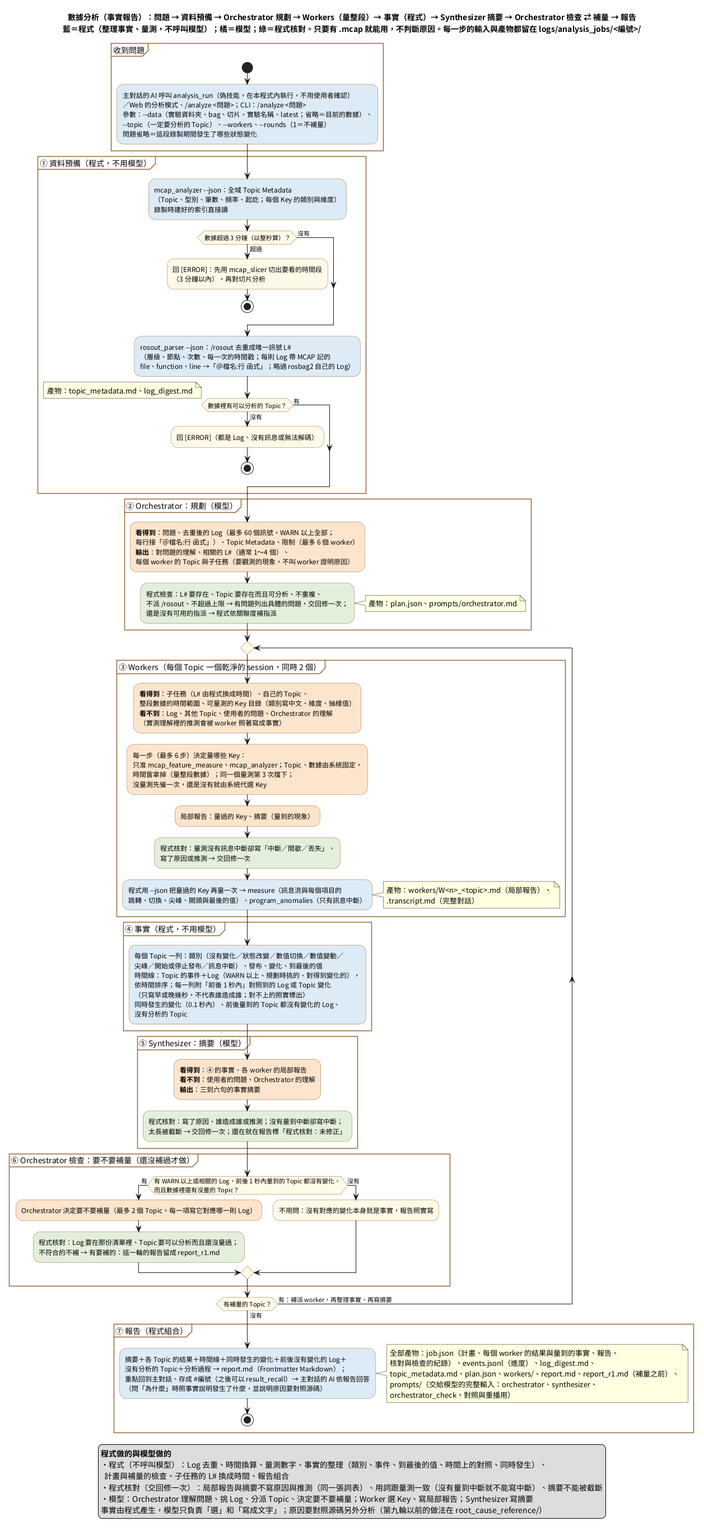
Earlier version of the PlantUML export doc/images/數據診斷的流程.png (DavidZox/Coding_agnet).
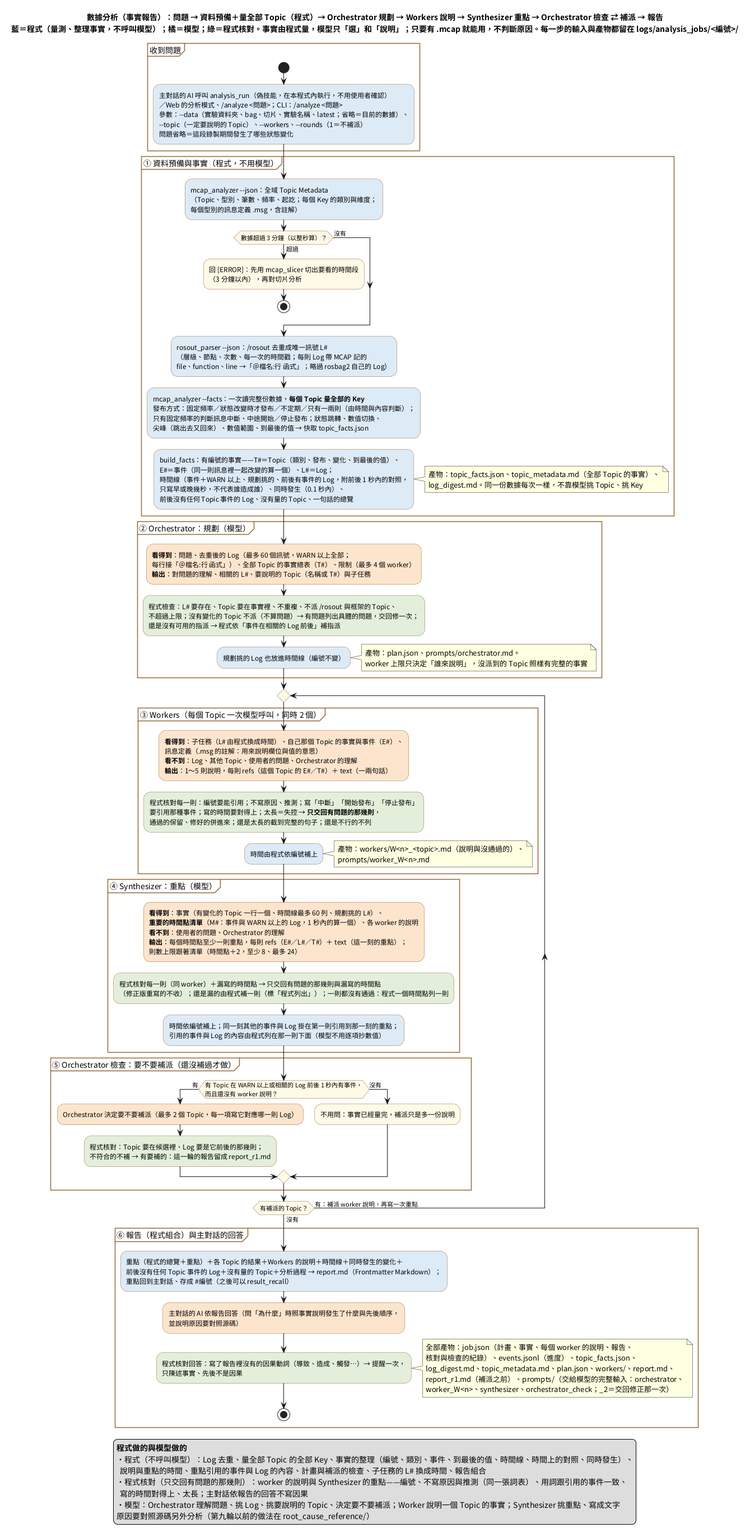
Later version of the same file.

Change to the diagram source:
```diff
@@ -6,21 +6,21 @@
 skinparam NoteBackgroundColor #FFFFE0
 skinparam PartitionBorderColor #996633
 
-title 數據分析（事實報告）：問題 → 資料預備 → Orchestrator 規劃 → Workers（量整段）→ 事實（程式）→ Synthesizer 摘要 → Orchestrator 檢查 ⇄ 補量 → 報告\n藍＝程式（整理事實、量測，不呼叫模型）；橘＝模型；綠＝程式核對。只要有 .mcap 就能用，不判斷原因。每一步的輸入與產物都留在 logs/analysis_jobs/<編號>/
+title 數據分析（事實報告）：問題 → 資料預備＋量全部 Topic（程式）→ Orchestrator 規劃 → Workers 說明 → Synthesizer 重點 → Orchestrator 檢查 ⇄ 補派 → 報告\n藍＝程式（量測、整理事實，不呼叫模型）；橘＝模型；綠＝程式核對。事實由程式量，模型只「選」和「說明」；只要有 .mcap 就能用，不判斷原因。每一步的輸入與產物都留在 logs/analysis_jobs/<編號>/
 
 partition "收到問題" {
 start
 :主對話的 AI 呼叫 analysis_run（偽技能，在本程式內執行，不用使用者確認）
 ／Web 的分析模式、/analyze <問題>；CLI：/analyze <問題>
 參數：~--data（實驗資料夾、bag、切片、實驗名稱、latest；省略＝目前的數據）、
-~--topic（一定要分析的 Topic）、~--workers、~--rounds（1＝不補量）
+~--topic（一定要說明的 Topic）、~--workers、~--rounds（1＝不補派）
 問題省略＝這段錄製期間發生了哪些狀態變化; <<#DDEBF7>>
 }
 
-partition "① 資料預備（程式，不用模型）" {
+partition "① 資料預備與事實（程式，不用模型）" {
 :mcap_analyzer ~--json：全域 Topic Metadata
-（Topic、型別、筆數、頻率、起訖；每個 Key 的類別與維度）
-錄製時建好的索引直接讀; <<#DDEBF7>>
+（Topic、型別、筆數、頻率、起訖；每個 Key 的類別與維度；
+每個型別的訊息定義 .msg，含註解）; <<#DDEBF7>>
 if (數據超過 3 分鐘（以整秒算）？) then (超過)
   :回 [ERROR]：先用 mcap_slicer 切出要看的時間段
   （3 分鐘以內），再對切片分析;
@@ -30,101 +30,100 @@
 :rosout_parser ~--json：/rosout 去重成唯一訊號 L#
 （層級、節點、次數、每一次的時間戳；每則 Log 帶 MCAP 記的
 file、function、line →「＠檔名:行 函式」；略過 rosbag2 自己的 Log）; <<#DDEBF7>>
-if (數據裡有可以分析的 Topic？) then (沒有)
-  :回 [ERROR]（都是 Log、沒有訊息或無法解碼）;
-  stop
-else (有)
-endif
+:mcap_analyzer ~--facts：一次讀完整份數據，**每個 Topic 量全部的 Key**
+發布方式：固定頻率／狀態改變時才發布／不定期／只有一兩則（由時間與內容判斷）；
+只有固定頻率的判斷訊息中斷、中途開始／停止發布；狀態跳轉、數值切換、
+尖峰（跳出去又回來）、數值範圍、到最後的值 → 快取 topic_facts.json; <<#DDEBF7>>
+:build_facts：有編號的事實——T#＝Topic（類別、發布、變化、到最後的值）、
+E#＝事件（同一則訊息裡一起改變的算一個）、L#＝Log；
+時間線（事件＋WARN 以上、規劃挑的、前後有事件的 Log，附前後 1 秒內的對照，
+只寫早或晚幾秒，不代表誰造成誰）、同時發生（0.1 秒內）、
+前後沒有任何 Topic 事件的 Log、沒有量的 Topic、一句話的總覽; <<#DDEBF7>>
 note right
-  產物：topic_metadata.md、log_digest.md
+  產物：topic_facts.json、topic_metadata.md（全部 Topic 的事實）、
+  log_digest.md。同一份數據每次一樣，不靠模型挑 Topic、挑 Key
 end note
 }
 
 partition "② Orchestrator：規劃（模型）" {
 :**看得到**：問題、去重後的 Log（最多 60 個訊號，WARN 以上全部；
-每行接「＠檔名:行 函式」）、Topic Metadata、限制（最多 6 個 worker）
-**輸出**：對問題的理解、相關的 L#（通常 1～4 個）、
-每個 worker 的 Topic 與子任務（要觀測的現象，不叫 worker 證明原因）; <<#FCE5CD>>
-:程式檢查：L# 要存在、Topic 要存在而且可分析、不重複、
-不派 /rosout、不超過上限 → 有問題列出具體的問題，交回修一次；
-還是沒有可用的指派 → 程式依關聯度補指派; <<#E2EFDA>>
+每行接「＠檔名:行 函式」）、全部 Topic 的事實總表（T#）、限制（最多 4 個 worker）
+**輸出**：對問題的理解、相關的 L#、要說明的 Topic（名稱或 T#）與子任務; <<#FCE5CD>>
+:程式檢查：L# 要存在、Topic 要在事實裡、不重複、不派 /rosout 與框架的 Topic、
+不超過上限；沒有變化的 Topic 不派（不算問題）→ 有問題列出具體的問題，交回修一次；
+還是沒有可用的指派 → 程式依「事件在相關的 Log 前後」補指派; <<#E2EFDA>>
+:規劃挑的 Log 也放進時間線（編號不變）; <<#DDEBF7>>
 note right
-  產物：plan.json、prompts/orchestrator.md
+  產物：plan.json、prompts/orchestrator.md。
+  worker 上限只決定「誰來說明」，沒派到的 Topic 照樣有完整的事實
 end note
 }
 
 repeat
-partition "③ Workers（每個 Topic 一個乾淨的 session，同時 2 個）" {
-:**看得到**：子任務（L# 由程式換成時間）、自己的 Topic、
-整段數據的時間範圍、可量測的 Key 目錄（類別寫中文、維度、抽樣值）
+partition "③ Workers（每個 Topic 一次模型呼叫，同時 2 個）" {
+:**看得到**：子任務（L# 由程式換成時間）、自己那個 Topic 的事實與事件（E#）、
+訊息定義（.msg 的註解：用來說明欄位與值的意思）
 **看不到**：Log、其他 Topic、使用者的問題、Orchestrator 的理解
-（實測理解裡的推測會被 worker 照著寫成事實）; <<#FCE5CD>>
-:每一步（最多 6 步）決定量哪些 Key：
-只准 mcap_feature_measure、mcap_analyzer；Topic、數據由系統固定，
-時間窗拿掉（量整段數據）；同一個量測第 3 次擋下；
-沒量測先催一次，還是沒有就由系統代選 Key; <<#FCE5CD>>
-:局部報告：量過的 Key、摘要（量到的現象）; <<#FCE5CD>>
-:程式核對：量測沒有訊息中斷卻寫「中斷／間歇／丟失」、
-寫了原因或推測 → 交回修一次; <<#E2EFDA>>
-:程式用 ~--json 把量過的 Key 再量一次 → measure（訊息流與每個項目的
-跳轉、切換、尖峰、開頭與最後的值）、program_anomalies（只有訊息中斷）; <<#DDEBF7>>
+**輸出**：1～5 則說明，每則 refs（這個 Topic 的 E#／T#）＋ text（一兩句話）; <<#FCE5CD>>
+:程式核對每一則：編號要能引用；不寫原因、推測；寫「中斷」「開始發布」「停止發布」
+要引用那種事件；寫的時間要對得上；太長＝失控 → **只交回有問題的那幾則**，
+通過的保留、修好的併進來；還是太長的截到完整的句子；還是不行的不列; <<#E2EFDA>>
+:時間由程式依編號補上; <<#DDEBF7>>
 note right
-  產物：workers/W<n>_<topic>.md（局部報告）、
-  .transcript.md（完整對話）
+  產物：workers/W<n>_<topic>.md（說明與沒通過的）、
+  prompts/worker_W<n>.md
 end note
 }
 
-partition "④ 事實（程式，不用模型）" {
-:每個 Topic 一列：類別（沒有變化／狀態改變／數值切換／數值變動／
-尖峰／開始或停止發布／訊息中斷）、發布、變化、到最後的值
-時間線：Topic 的事件＋Log（WARN 以上、規劃時挑的、對得到變化的），
-依時間排序；每一列附「前後 1 秒內」對照到的 Log 或 Topic 變化
-（只寫早或晚幾秒，不代表誰造成誰；對不上的照實標出）
-同時發生的變化（0.1 秒內）、前後量到的 Topic 都沒有變化的 Log、
-沒有分析的 Topic; <<#DDEBF7>>
+partition "④ Synthesizer：重點（模型）" {
+:**看得到**：事實（有變化的 Topic 一行一個、時間線最多 60 列、規劃挑的 L#）、
+**重要的時間點清單**（M#：事件與 WARN 以上的 Log，1 秒內的算一個）、各 worker 的說明
+**看不到**：使用者的問題、Orchestrator 的理解
+**輸出**：每個時間點至少一則重點，每則 refs（E#／L#／T#）＋ text（這一刻的重點）；
+則數上限跟著清單（時間點＋2，至少 8、最多 24）; <<#FCE5CD>>
+:程式核對每一則（同 worker）＋漏寫的時間點 → 只交回有問題的那幾則與漏寫的時間點
+（修正版重寫的不收）；還是漏的由程式補一則（標「程式列出」）；一則都沒有通過：程式一個時間點列一則; <<#E2EFDA>>
+:時間依編號補上；同一刻其他的事件與 Log 掛在第一則引用到那一刻的重點；
+引用的事件與 Log 的內容由程式列在那一則下面（模型不用逐項抄數值）; <<#DDEBF7>>
 }
 
-partition "⑤ Synthesizer：摘要（模型）" {
-:**看得到**：④ 的事實、各 worker 的局部報告
-**看不到**：使用者的問題、Orchestrator 的理解
-**輸出**：三到六句的事實摘要; <<#FCE5CD>>
-:程式核對：寫了原因、誰造成誰或推測；沒有量到中斷卻寫中斷；
-太長被截斷 → 交回修一次；還在就在報告標「程式核對：未修正」; <<#E2EFDA>>
-}
-
-partition "⑥ Orchestrator 檢查：要不要補量（還沒補過才做）" {
-if (有 WARN 以上或相關的 Log，前後 1 秒內量到的 Topic 都沒有變化，
-而且數據裡還有沒量的 Topic？) then (有)
-  :Orchestrator 決定要不要補量（最多 2 個 Topic，每一項寫它對應哪一則 Log）; <<#FCE5CD>>
-  :程式核對：Log 要在那份清單裡、Topic 要可以分析而且還沒量過；
+partition "⑤ Orchestrator 檢查：要不要補派（還沒補過才做）" {
+if (有 Topic 在 WARN 以上或相關的 Log 前後 1 秒內有事件，
+而且還沒有 worker 說明？) then (有)
+  :Orchestrator 決定要不要補派（最多 2 個 Topic，每一項寫它對應哪一則 Log）; <<#FCE5CD>>
+  :程式核對：Topic 要在候選裡、Log 要是它前後的那幾則；
   不符合的不補 → 有要補的：這一輪的報告留成 report_r1.md; <<#E2EFDA>>
 else (沒有)
-  :不用問：沒有對應的變化本身就是事實，報告照實寫;
+  :不用問：事實已經量完，補派只是多一份說明;
 endif
 }
-repeat while (有補量的 Topic？) is (有：補派 worker，再整理事實、再寫摘要) not (沒有)
+repeat while (有補派的 Topic？) is (有：補派 worker 說明，再寫一次重點) not (沒有)
 
-partition "⑦ 報告（程式組合）" {
-:摘要＋各 Topic 的結果＋時間線＋同時發生的變化＋前後沒有變化的 Log＋
-沒有分析的 Topic＋分析過程 → report.md（Frontmatter Markdown）；
-重點回到主對話、存成 #編號（之後可以 result_recall）→ 主對話的 AI 依報告回答
-（問「為什麼」時照事實說明發生了什麼，並說明原因要對照源碼）; <<#DDEBF7>>
+partition "⑥ 報告（程式組合）與主對話的回答" {
+:重點（程式的總覽＋重點）＋各 Topic 的結果＋Workers 的說明＋時間線＋同時發生的變化＋
+前後沒有任何 Topic 事件的 Log＋沒有量的 Topic＋分析過程 → report.md（Frontmatter Markdown）；
+重點回到主對話、存成 #編號（之後可以 result_recall）; <<#DDEBF7>>
+:主對話的 AI 依報告回答（問「為什麼」時照事實說明發生了什麼與先後順序，
+並說明原因要對照源碼）; <<#FCE5CD>>
+:程式核對回答：寫了報告裡沒有的因果動詞（導致、造成、觸發…）→ 提醒一次，
+只陳述事實、先後不是因果; <<#E2EFDA>>
 note right
-  全部產物：job.json（計畫、每個 worker 的結果與量到的事實、報告、
-  核對與檢查的紀錄）、events.jsonl（進度）、log_digest.md、
-  topic_metadata.md、plan.json、workers/、report.md、report_r1.md（補量之前）、
-  prompts/（交給模型的完整輸入：orchestrator、synthesizer、
-  orchestrator_check，對照與重播用）
+  全部產物：job.json（計畫、事實、每個 worker 的說明、報告、
+  核對與檢查的紀錄）、events.jsonl（進度）、topic_facts.json、
+  log_digest.md、topic_metadata.md、plan.json、workers/、report.md、
+  report_r1.md（補派之前）、prompts/（交給模型的完整輸入：orchestrator、
+  worker_W<n>、synthesizer、orchestrator_check；_2＝交回修正那一次）
 end note
 stop
 }
 
 legend bottom
   **程式做的與模型做的**
-  ・程式（不呼叫模型）：Log 去重、時間換算、量測數字、事實的整理（類別、事件、到最後的值、時間上的對照、同時發生）、
-    計畫與補量的檢查、子任務的 L# 換成時間、報告組合
-  ・程式核對（交回修一次）：局部報告與摘要不寫原因與推測（同一張詞表）、用詞跟量測一致（沒有量到中斷就不能寫中斷）、摘要不能被截斷
-  ・模型：Orchestrator 理解問題、挑 Log、分派 Topic、決定要不要補量；Worker 選 Key、寫局部報告；Synthesizer 寫摘要
-  事實由程式產生，模型只負責「選」和「寫成文字」；原因要對照源碼另外分析（第九輪以前的做法在 root_cause_reference/）
+  ・程式（不呼叫模型）：Log 去重、量全部 Topic 的全部 Key、事實的整理（編號、類別、事件、到最後的值、時間線、時間上的對照、同時發生）、
+    說明與重點的時間、重點引用的事件與 Log 的內容、計畫與補派的檢查、子任務的 L# 換成時間、報告組合
+  ・程式核對（只交回有問題的那幾則）：worker 的說明與 Synthesizer 的重點——編號、不寫原因與推測（同一張詞表）、用詞跟引用的事件一致、
+    寫的時間對得上、太長；主對話依報告的回答不寫因果
+  ・模型：Orchestrator 理解問題、挑 Log、挑要說明的 Topic、決定要不要補派；Worker 說明一個 Topic 的事實；Synthesizer 挑重點、寫成文字
+  原因要對照源碼另外分析（第九輪以前的做法在 root_cause_reference/）
 endlegend
 @enduml
```
